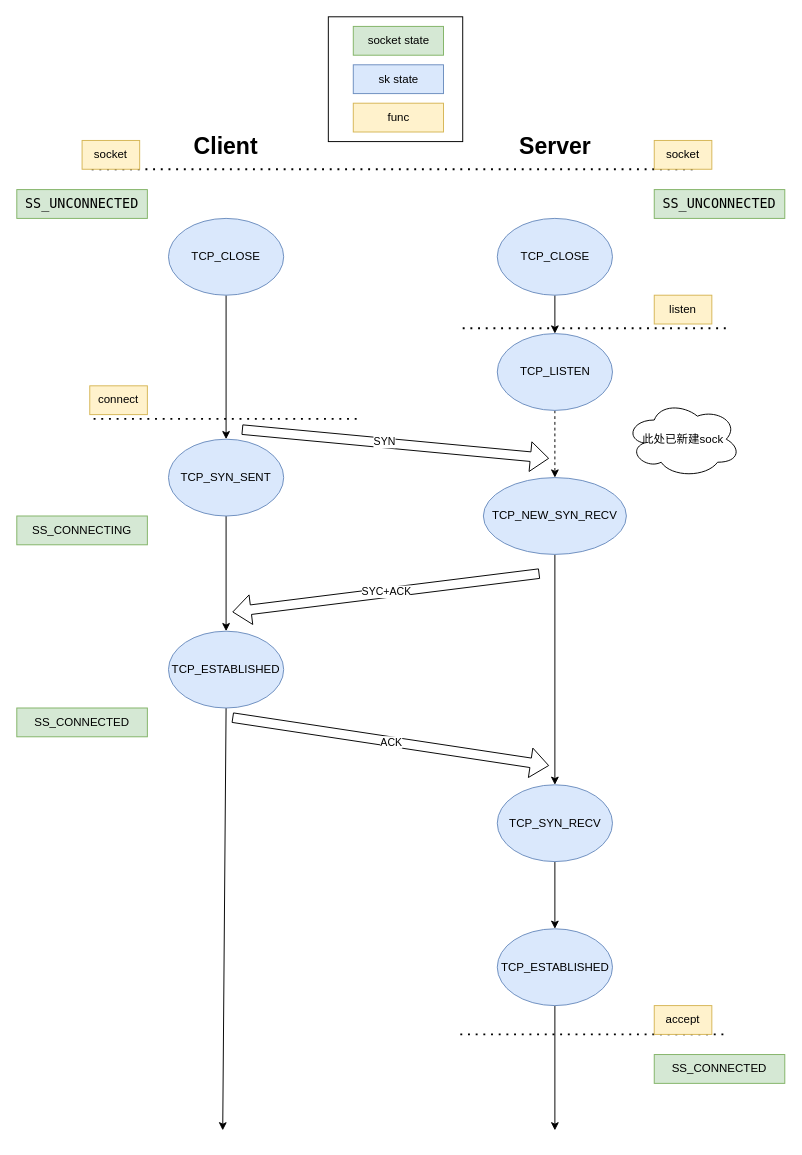
Earlier version of the draw.io diagram page "Three-way Handshake" (3 of 10) of kernel.drawio (adinxu/draw.io). Source tidied: cells renumbered, new cells numbered last; positions are measured from the earlier drawing's top-left corner, leaving out a move shared by most shapes. Both pictures are drawn from the tidied source at 96%, with x=0, y=0 at pixel (16, 16).
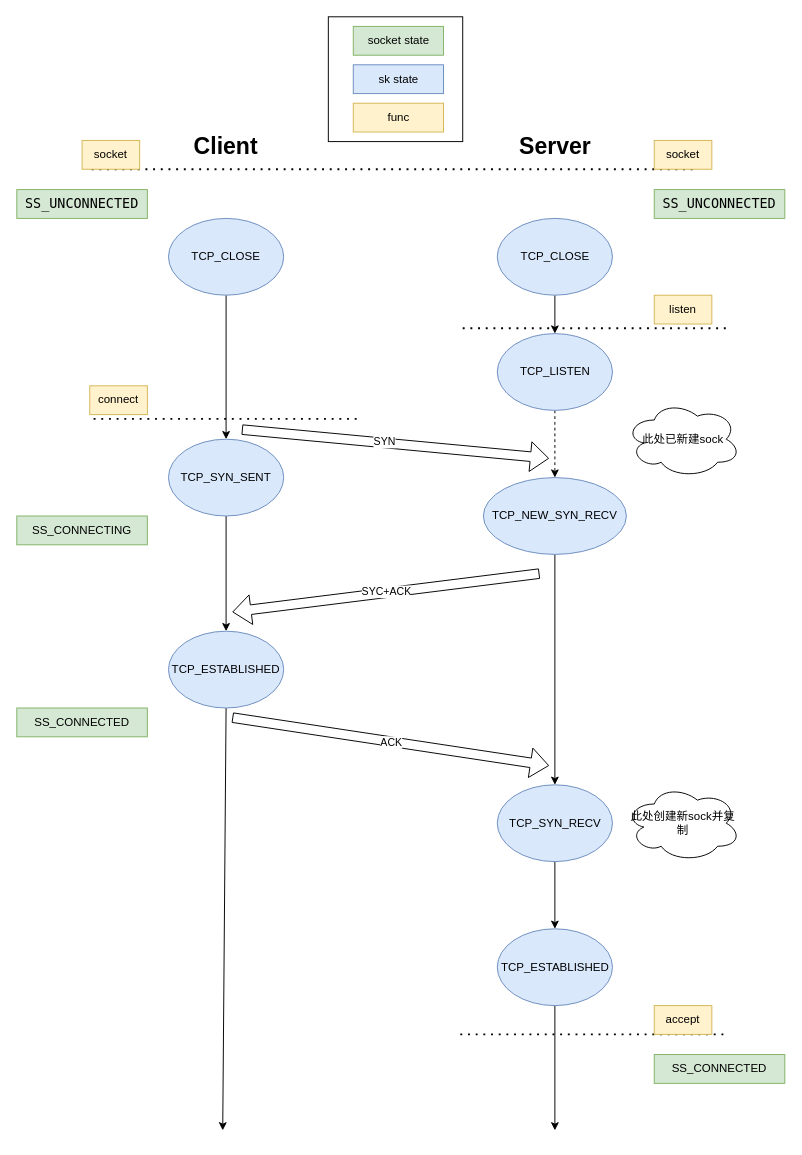
The same diagram, later.

Change to the diagram source:
```diff
@@
+    <mxCell id="45" value="此处创建新sock并复制" style="ellipse;shape=cloud;whiteSpace=wrap;html=1;" parent="1" vertex="1">
+      <mxGeometry x="634" y="800" width="120" height="80" as="geometry" />
+    </mxCell>
```
